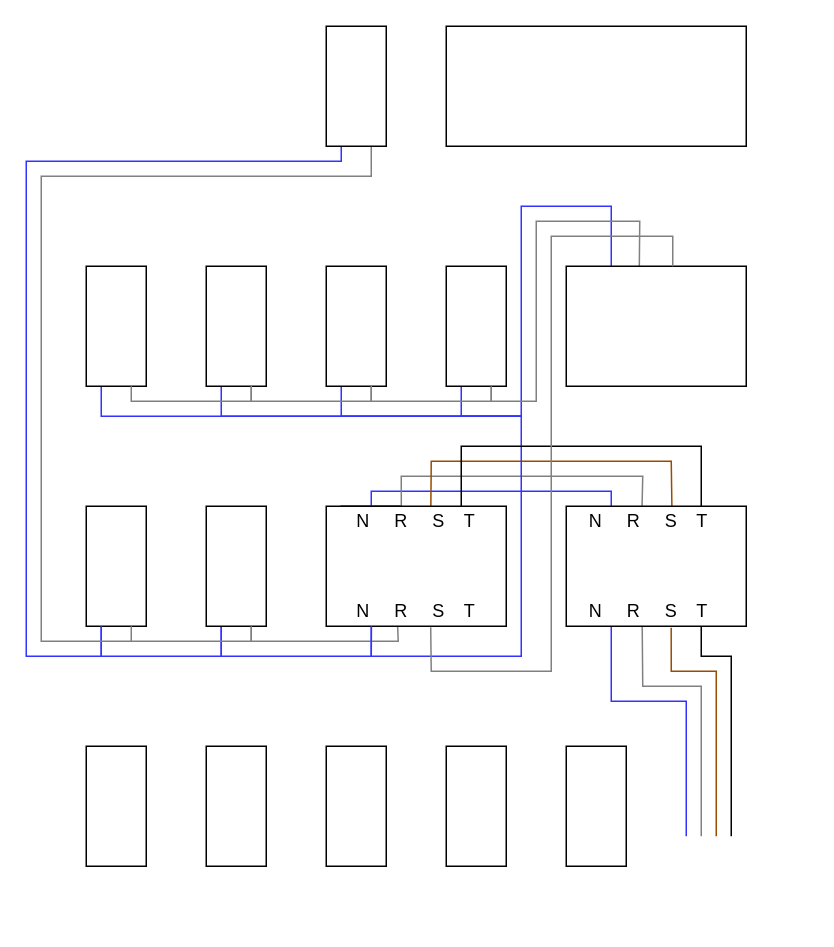
This is cuadro/cuadro.drawio from crguez/diagrams, a draw.io file, before an edit. Source tidied: cells renumbered, new cells numbered last; positions are measured from the earlier drawing's top-left corner, leaving out a move shared by most shapes. Both pictures are drawn from the tidied source at 150%, with x=0, y=0 at pixel (26, 26).
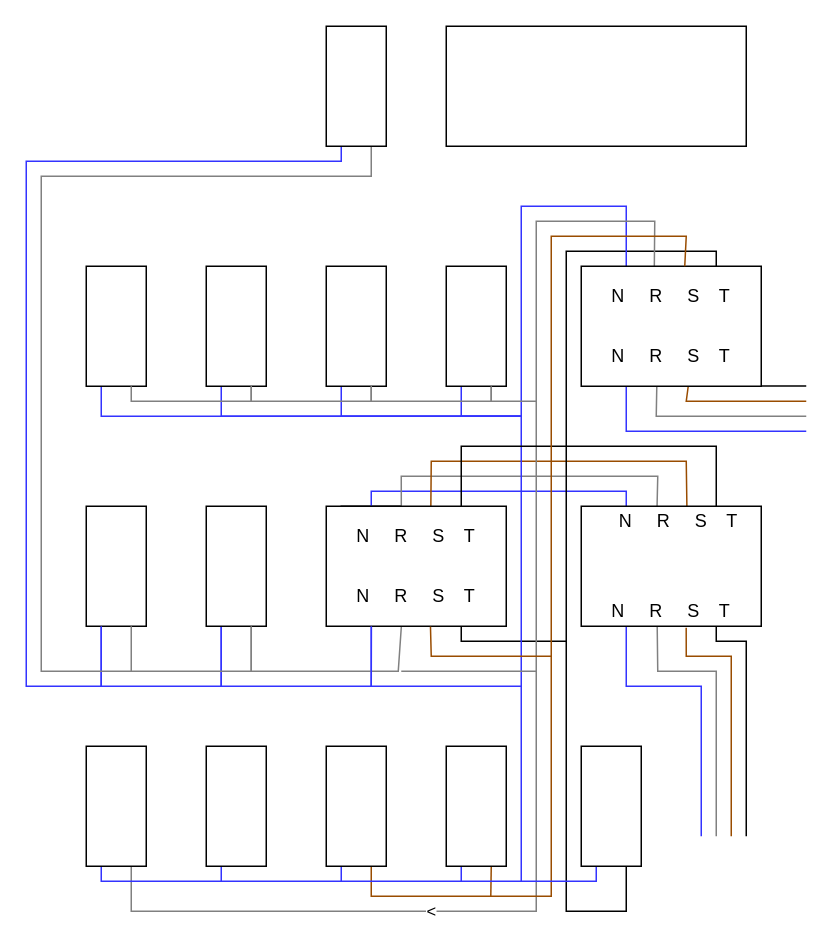
The same diagram, later.

Unchanged cells that the change refers to:
```xml
<mxCell id="14" style="whiteSpace=wrap;html=1;" parent="1" vertex="1">
  <mxGeometry x="40" y="320" width="40" height="80" as="geometry" />
</mxCell>
<mxCell id="17" style="whiteSpace=wrap;html=1;" parent="1" vertex="1">
  <mxGeometry x="120" y="320" width="40" height="80" as="geometry" />
</mxCell>
<mxCell id="23" style="whiteSpace=wrap;html=1;" parent="1" vertex="1">
  <mxGeometry x="200" y="320" width="120" height="80" as="geometry" />
</mxCell>
<mxCell id="33" style="whiteSpace=wrap;html=1;" parent="1" vertex="1">
  <mxGeometry x="40" y="480" width="40" height="80" as="geometry" />
</mxCell>
<mxCell id="34" style="whiteSpace=wrap;html=1;" parent="1" vertex="1">
  <mxGeometry x="120" y="480" width="40" height="80" as="geometry" />
</mxCell>
<mxCell id="35" style="whiteSpace=wrap;html=1;" parent="1" vertex="1">
  <mxGeometry x="200" y="480" width="40" height="80" as="geometry" />
</mxCell>
<mxCell id="36" style="whiteSpace=wrap;html=1;" parent="1" vertex="1">
  <mxGeometry x="280" y="480" width="40" height="80" as="geometry" />
</mxCell>
<mxCell id="40" style="whiteSpace=wrap;html=1;" parent="1" vertex="1">
  <mxGeometry x="200" width="40" height="80" as="geometry" />
</mxCell>
```

Diff of the diagram source:
```diff
@@
     <mxCell id="13" style="edgeStyle=none;rounded=0;jettySize=auto;html=1;exitX=0.25;exitY=1;exitDx=0;exitDy=0;entryX=0.25;entryY=1;entryDx=0;entryDy=0;endArrow=none;endFill=0;strokeColor=#3333FF;" parent="1" edge="1" source="14" target="17">
       <mxGeometry relative="1" as="geometry">
         <Array as="points">
-          <mxPoint x="50" y="420" />
-          <mxPoint x="130" y="420" />
+          <mxPoint x="50" y="440" />
+          <mxPoint x="130" y="440" />
         </Array>
       </mxGeometry>
     </mxCell>
@@
     <mxCell id="15" style="edgeStyle=none;rounded=0;jettySize=auto;html=1;exitX=0.25;exitY=1;exitDx=0;exitDy=0;entryX=0.168;entryY=0.983;entryDx=0;entryDy=0;entryPerimeter=0;endArrow=none;endFill=0;strokeColor=#3333FF;" parent="1" edge="1" source="17" target="44">
       <mxGeometry relative="1" as="geometry">
         <Array as="points">
-          <mxPoint x="130" y="420" />
-          <mxPoint x="230" y="420" />
+          <mxPoint x="130" y="440" />
+          <mxPoint x="230" y="440" />
         </Array>
       </mxGeometry>
     </mxCell>
     <mxCell id="16" style="edgeStyle=none;rounded=0;jettySize=auto;html=1;exitX=0.75;exitY=1;exitDx=0;exitDy=0;endArrow=none;endFill=0;strokeColor=#808080;" parent="1" edge="1" source="17">
       <mxGeometry relative="1" as="geometry">
-        <mxPoint x="70" y="410" as="targetPoint" />
+        <mxPoint x="70" y="430" as="targetPoint" />
         <Array as="points">
-          <mxPoint x="150" y="410" />
+          <mxPoint x="150" y="430" />
         </Array>
       </mxGeometry>
     </mxCell>
@@
-    <mxCell id="19" style="edgeStyle=none;rounded=0;jettySize=auto;html=1;exitX=0.362;exitY=1.013;exitDx=0;exitDy=0;entryX=0.75;entryY=1;entryDx=0;entryDy=0;endArrow=none;endFill=0;strokeColor=#808080;exitPerimeter=0;" parent="1" edge="1" source="44" target="17">
+    <mxCell id="19" style="edgeStyle=none;rounded=0;jettySize=auto;html=1;exitX=0.417;exitY=1.006;exitDx=0;exitDy=0;entryX=0.75;entryY=1;entryDx=0;entryDy=0;endArrow=none;endFill=0;strokeColor=#808080;exitPerimeter=0;" parent="1" edge="1" source="23" target="17">
       <mxGeometry relative="1" as="geometry">
         <Array as="points">
-          <mxPoint x="248" y="410" />
-          <mxPoint x="150" y="410" />
+          <mxPoint x="248" y="430" />
+          <mxPoint x="150" y="430" />
         </Array>
       </mxGeometry>
     </mxCell>
     <mxCell id="20" style="edgeStyle=none;rounded=0;jettySize=auto;html=1;exitX=0.25;exitY=0;exitDx=0;exitDy=0;endArrow=none;endFill=0;strokeColor=#3333FF;entryX=0.25;entryY=0;entryDx=0;entryDy=0;" parent="1" edge="1" source="23" target="32">
       <mxGeometry relative="1" as="geometry">
         <Array as="points">
           <mxPoint x="230" y="310" />
-          <mxPoint x="390" y="310" />
+          <mxPoint x="400" y="310" />
         </Array>
       </mxGeometry>
     </mxCell>
     <mxCell id="21" style="edgeStyle=none;rounded=0;jettySize=auto;html=1;exitX=0.417;exitY=-0.008;exitDx=0;exitDy=0;entryX=0.421;entryY=0.015;entryDx=0;entryDy=0;endArrow=none;endFill=0;exitPerimeter=0;strokeColor=#808080;entryPerimeter=0;" parent="1" edge="1" source="23" target="32">
       <mxGeometry relative="1" as="geometry">
         <Array as="points">
           <mxPoint x="250" y="300" />
-          <mxPoint x="411" y="300" />
+          <mxPoint x="421" y="300" />
         </Array>
       </mxGeometry>
     </mxCell>
     <mxCell id="22" style="edgeStyle=none;rounded=0;jettySize=auto;html=1;exitX=0.581;exitY=0.02;exitDx=0;exitDy=0;entryX=0.587;entryY=0.008;entryDx=0;entryDy=0;entryPerimeter=0;endArrow=none;endFill=0;exitPerimeter=0;strokeColor=#994C00;" parent="1" edge="1" source="23" target="32">
       <mxGeometry relative="1" as="geometry">
         <Array as="points">
           <mxPoint x="270" y="290" />
-          <mxPoint x="430" y="290" />
+          <mxPoint x="440" y="290" />
         </Array>
       </mxGeometry>
     </mxCell>
+    <mxCell id="47" style="edgeStyle=none;rounded=0;jettySize=auto;html=1;exitX=0.75;exitY=1;exitDx=0;exitDy=0;entryX=0.75;entryY=0;entryDx=0;entryDy=0;endArrow=none;endFill=0;" parent="1" edge="1" source="23" target="26">
+      <mxGeometry relative="1" as="geometry">
+        <Array as="points">
+          <mxPoint x="290" y="410" />
+          <mxPoint x="360" y="410" />
+          <mxPoint x="360" y="150" />
+          <mxPoint x="460" y="150" />
+        </Array>
+      </mxGeometry>
+    </mxCell>
@@
     <mxCell id="24" style="edgeStyle=none;rounded=0;jettySize=auto;html=1;entryX=0.25;entryY=1;entryDx=0;entryDy=0;endArrow=none;endFill=0;strokeColor=#3333FF;exitX=0.25;exitY=0;exitDx=0;exitDy=0;" parent="1" edge="1" source="26" target="23">
       <mxGeometry relative="1" as="geometry">
         <Array as="points">
-          <mxPoint x="390" y="120" />
+          <mxPoint x="400" y="120" />
           <mxPoint x="330" y="120" />
           <mxPoint x="330" y="250" />
-          <mxPoint x="330" y="420" />
-          <mxPoint x="230" y="420" />
+          <mxPoint x="330" y="440" />
+          <mxPoint x="230" y="440" />
         </Array>
       </mxGeometry>
     </mxCell>
     <mxCell id="25" style="edgeStyle=none;rounded=0;jettySize=auto;html=1;exitX=0.406;exitY=0;exitDx=0;exitDy=0;endArrow=none;endFill=0;strokeColor=#808080;exitPerimeter=0;" parent="1" edge="1" source="26">
       <mxGeometry relative="1" as="geometry">
         <mxPoint x="310" y="240" as="targetPoint" />
         <Array as="points">
-          <mxPoint x="409" y="130" />
+          <mxPoint x="419" y="130" />
           <mxPoint x="340" y="130" />
           <mxPoint x="340" y="250" />
           <mxPoint x="310" y="250" />
         </Array>
       </mxGeometry>
     </mxCell>
+    <mxCell id="48" style="edgeStyle=none;rounded=0;orthogonalLoop=1;jettySize=auto;html=1;endArrow=none;endFill=0;strokeColor=#808080;" parent="1" edge="1">
+      <mxGeometry relative="1" as="geometry">
+        <mxPoint x="340" y="250" as="sourcePoint" />
+        <mxPoint x="250" y="430" as="targetPoint" />
+        <Array as="points">
+          <mxPoint x="340" y="430" />
+        </Array>
+      </mxGeometry>
+    </mxCell>
+    <mxCell id="49" style="edgeStyle=none;rounded=0;jettySize=auto;html=1;exitX=0.25;exitY=1;exitDx=0;exitDy=0;endArrow=none;endFill=0;strokeColor=#3333FF;" parent="1" edge="1" source="26">
+      <mxGeometry relative="1" as="geometry">
+        <mxPoint x="520" y="270" as="targetPoint" />
+        <Array as="points">
+          <mxPoint x="400" y="270" />
+        </Array>
+      </mxGeometry>
+    </mxCell>
+    <mxCell id="50" style="edgeStyle=none;rounded=0;jettySize=auto;html=1;exitX=0.42;exitY=0.974;exitDx=0;exitDy=0;endArrow=none;endFill=0;exitPerimeter=0;strokeColor=#808080;" parent="1" edge="1" source="26">
+      <mxGeometry relative="1" as="geometry">
+        <mxPoint x="520" y="260" as="targetPoint" />
+        <Array as="points">
+          <mxPoint x="420" y="260" />
+        </Array>
+      </mxGeometry>
+    </mxCell>
+    <mxCell id="51" style="edgeStyle=none;rounded=0;jettySize=auto;html=1;exitX=0.594;exitY=1.004;exitDx=0;exitDy=0;endArrow=none;endFill=0;exitPerimeter=0;strokeColor=#994C00;" parent="1" edge="1" source="26">
+      <mxGeometry relative="1" as="geometry">
+        <mxPoint x="520" y="250" as="targetPoint" />
+        <Array as="points">
+          <mxPoint x="440" y="250" />
+        </Array>
+      </mxGeometry>
+    </mxCell>
+    <mxCell id="52" style="edgeStyle=none;rounded=0;jettySize=auto;html=1;exitX=1;exitY=1;exitDx=0;exitDy=0;endArrow=none;endFill=0;strokeColor=#000000;" parent="1" edge="1" source="26">
+      <mxGeometry relative="1" as="geometry">
+        <mxPoint x="520" y="239.8" as="targetPoint" />
+        <Array as="points">
+          <mxPoint x="460" y="240" />
+        </Array>
+      </mxGeometry>
+    </mxCell>
     <mxCell id="26" style="whiteSpace=wrap;html=1;" parent="1" vertex="1">
-      <mxGeometry x="360" y="160" width="120" height="80" as="geometry" />
+      <mxGeometry x="370" y="160" width="120" height="80" as="geometry" />
     </mxCell>
     <mxCell id="27" style="edgeStyle=none;rounded=0;jettySize=auto;html=1;exitX=0.75;exitY=0;exitDx=0;exitDy=0;endArrow=none;endFill=0;entryX=0.75;entryY=0;entryDx=0;entryDy=0;" parent="1" edge="1" source="32" target="23">
       <mxGeometry relative="1" as="geometry">
         <Array as="points">
-          <mxPoint x="450" y="280" />
+          <mxPoint x="460" y="280" />
           <mxPoint x="290" y="280" />
         </Array>
       </mxGeometry>
     </mxCell>
     <mxCell id="28" style="edgeStyle=none;rounded=0;jettySize=auto;html=1;exitX=0.75;exitY=1;exitDx=0;exitDy=0;endArrow=none;endFill=0;strokeColor=#000000;" parent="1" edge="1" source="32">
       <mxGeometry relative="1" as="geometry">
-        <mxPoint x="470" y="540" as="targetPoint" />
+        <mxPoint x="480" y="540" as="targetPoint" />
         <Array as="points">
-          <mxPoint x="450" y="420" />
-          <mxPoint x="470" y="420" />
+          <mxPoint x="460" y="410" />
+          <mxPoint x="480" y="410" />
         </Array>
       </mxGeometry>
     </mxCell>
     <mxCell id="29" style="edgeStyle=none;rounded=0;jettySize=auto;html=1;exitX=0.583;exitY=1.013;exitDx=0;exitDy=0;endArrow=none;endFill=0;exitPerimeter=0;strokeColor=#994C00;" parent="1" edge="1" source="32">
       <mxGeometry relative="1" as="geometry">
-        <mxPoint x="460" y="540" as="targetPoint" />
+        <mxPoint x="470" y="540" as="targetPoint" />
         <Array as="points">
-          <mxPoint x="430" y="430" />
-          <mxPoint x="460" y="430" />
+          <mxPoint x="440" y="420" />
+          <mxPoint x="470" y="420" />
         </Array>
       </mxGeometry>
     </mxCell>
     <mxCell id="30" style="edgeStyle=none;rounded=0;jettySize=auto;html=1;exitX=0.422;exitY=1.004;exitDx=0;exitDy=0;endArrow=none;endFill=0;exitPerimeter=0;strokeColor=#808080;" parent="1" edge="1" source="32">
       <mxGeometry relative="1" as="geometry">
-        <mxPoint x="450" y="540" as="targetPoint" />
+        <mxPoint x="460" y="540" as="targetPoint" />
         <Array as="points">
-          <mxPoint x="411" y="440" />
-          <mxPoint x="450" y="440" />
+          <mxPoint x="421" y="430" />
+          <mxPoint x="460" y="430" />
         </Array>
       </mxGeometry>
     </mxCell>
     <mxCell id="31" style="edgeStyle=none;rounded=0;jettySize=auto;html=1;exitX=0.25;exitY=1;exitDx=0;exitDy=0;endArrow=none;endFill=0;strokeColor=#3333FF;" parent="1" edge="1" source="32">
       <mxGeometry relative="1" as="geometry">
-        <mxPoint x="440" y="540" as="targetPoint" />
+        <mxPoint x="450" y="540" as="targetPoint" />
         <Array as="points">
-          <mxPoint x="390" y="450" />
-          <mxPoint x="440" y="450" />
+          <mxPoint x="400" y="440" />
+          <mxPoint x="450" y="440" />
         </Array>
       </mxGeometry>
     </mxCell>
     <mxCell id="32" style="whiteSpace=wrap;html=1;" parent="1" vertex="1">
-      <mxGeometry x="360" y="320" width="120" height="80" as="geometry" />
+      <mxGeometry x="370" y="320" width="120" height="80" as="geometry" />
     </mxCell>
+    <mxCell id="53" value="&amp;lt;" style="edgeStyle=none;rounded=0;jettySize=auto;html=1;exitX=0.75;exitY=1;exitDx=0;exitDy=0;endArrow=none;endFill=0;strokeColor=#808080;" parent="1" edge="1" source="33">
+      <mxGeometry relative="1" as="geometry">
+        <mxPoint x="340" y="430" as="targetPoint" />
+        <Array as="points">
+          <mxPoint x="70" y="590" />
+          <mxPoint x="340" y="590" />
+        </Array>
+      </mxGeometry>
+    </mxCell>
+    <mxCell id="54" style="edgeStyle=none;rounded=0;jettySize=auto;html=1;exitX=0.25;exitY=1;exitDx=0;exitDy=0;endArrow=none;endFill=0;strokeColor=#3333FF;" parent="1" edge="1" source="33">
+      <mxGeometry relative="1" as="geometry">
+        <mxPoint x="130" y="570" as="targetPoint" />
+        <Array as="points">
+          <mxPoint x="50" y="570" />
+        </Array>
+      </mxGeometry>
+    </mxCell>
@@
+    <mxCell id="55" style="edgeStyle=none;rounded=0;jettySize=auto;html=1;exitX=0.25;exitY=1;exitDx=0;exitDy=0;endArrow=none;endFill=0;strokeColor=#3333FF;" parent="1" edge="1" source="34">
+      <mxGeometry relative="1" as="geometry">
+        <mxPoint x="210" y="570" as="targetPoint" />
+        <Array as="points">
+          <mxPoint x="130" y="570" />
+        </Array>
+      </mxGeometry>
+    </mxCell>
@@
+    <mxCell id="56" style="edgeStyle=none;rounded=0;jettySize=auto;html=1;exitX=0.75;exitY=1;exitDx=0;exitDy=0;endArrow=none;endFill=0;strokeColor=#994C00;" parent="1" edge="1" source="35">
+      <mxGeometry relative="1" as="geometry">
+        <mxPoint x="350" y="420" as="targetPoint" />
+        <Array as="points">
+          <mxPoint x="230" y="580" />
+          <mxPoint x="350" y="580" />
+        </Array>
+      </mxGeometry>
+    </mxCell>
+    <mxCell id="57" style="edgeStyle=none;rounded=0;jettySize=auto;html=1;exitX=0.25;exitY=1;exitDx=0;exitDy=0;endArrow=none;endFill=0;strokeColor=#3333FF;" parent="1" edge="1" source="35">
+      <mxGeometry relative="1" as="geometry">
+        <mxPoint x="290" y="570" as="targetPoint" />
+        <Array as="points">
+          <mxPoint x="210" y="570" />
+        </Array>
+      </mxGeometry>
+    </mxCell>
@@
+    <mxCell id="58" style="edgeStyle=none;rounded=0;jettySize=auto;html=1;exitX=0.75;exitY=1;exitDx=0;exitDy=0;endArrow=none;endFill=0;strokeColor=#994C00;" parent="1" edge="1" source="36">
+      <mxGeometry relative="1" as="geometry">
+        <mxPoint x="309.7" y="580" as="targetPoint" />
+      </mxGeometry>
+    </mxCell>
+    <mxCell id="59" style="edgeStyle=none;rounded=0;jettySize=auto;html=1;exitX=0.25;exitY=1;exitDx=0;exitDy=0;endArrow=none;endFill=0;strokeColor=#3333FF;" parent="1" edge="1" source="36">
+      <mxGeometry relative="1" as="geometry">
+        <mxPoint x="330" y="570" as="targetPoint" />
+        <Array as="points">
+          <mxPoint x="290" y="570" />
+        </Array>
+      </mxGeometry>
+    </mxCell>
@@
+    <mxCell id="60" style="edgeStyle=none;rounded=0;jettySize=auto;html=1;exitX=0.75;exitY=1;exitDx=0;exitDy=0;endArrow=none;endFill=0;" parent="1" edge="1" source="37">
+      <mxGeometry relative="1" as="geometry">
+        <mxPoint x="360" y="410" as="targetPoint" />
+        <Array as="points">
+          <mxPoint x="400" y="590" />
+          <mxPoint x="360" y="590" />
+        </Array>
+      </mxGeometry>
+    </mxCell>
+    <mxCell id="61" style="edgeStyle=none;rounded=0;jettySize=auto;html=1;exitX=0.25;exitY=1;exitDx=0;exitDy=0;endArrow=none;endFill=0;strokeColor=#3333FF;" parent="1" edge="1" source="37">
+      <mxGeometry relative="1" as="geometry">
+        <mxPoint x="330" y="440" as="targetPoint" />
+        <Array as="points">
+          <mxPoint x="380" y="570" />
+          <mxPoint x="330" y="570" />
+        </Array>
+      </mxGeometry>
+    </mxCell>
     <mxCell id="37" style="whiteSpace=wrap;html=1;" parent="1" vertex="1">
-      <mxGeometry x="360" y="480" width="40" height="80" as="geometry" />
+      <mxGeometry x="370" y="480" width="40" height="80" as="geometry" />
     </mxCell>
     <mxCell id="38" style="edgeStyle=none;rounded=0;jettySize=auto;html=1;exitX=0.25;exitY=1;exitDx=0;exitDy=0;endArrow=none;endFill=0;strokeColor=#3333FF;entryX=0.25;entryY=1;entryDx=0;entryDy=0;" parent="1" edge="1" source="40" target="14">
       <mxGeometry relative="1" as="geometry">
         <Array as="points">
           <mxPoint x="210" y="90" />
           <mxPoint y="90" />
-          <mxPoint y="420" />
-          <mxPoint x="50" y="420" />
+          <mxPoint y="440" />
+          <mxPoint x="50" y="440" />
         </Array>
       </mxGeometry>
     </mxCell>
     <mxCell id="39" style="edgeStyle=none;rounded=0;jettySize=auto;html=1;exitX=0.75;exitY=1;exitDx=0;exitDy=0;entryX=0.75;entryY=1;entryDx=0;entryDy=0;endArrow=none;endFill=0;strokeColor=#808080;" parent="1" edge="1" source="40" target="14">
       <mxGeometry relative="1" as="geometry">
         <Array as="points">
           <mxPoint x="230" y="100" />
           <mxPoint x="10" y="100" />
-          <mxPoint x="10" y="410" />
-          <mxPoint x="70" y="410" />
+          <mxPoint x="10" y="430" />
+          <mxPoint x="70" y="430" />
         </Array>
       </mxGeometry>
     </mxCell>
@@
     <mxCell id="42" value="N&amp;nbsp; &amp;nbsp; &amp;nbsp;R&amp;nbsp; &amp;nbsp; &amp;nbsp;S&amp;nbsp; &amp;nbsp; T" style="text;html=1;strokeColor=none;fillColor=none;align=center;verticalAlign=middle;whiteSpace=wrap;rounded=0;" parent="1" vertex="1">
-      <mxGeometry x="215" y="320" width="90" height="20" as="geometry" />
+      <mxGeometry x="215" y="330" width="90" height="20" as="geometry" />
     </mxCell>
-    <mxCell id="43" style="edgeStyle=none;rounded=0;jettySize=auto;html=1;exitX=0.607;exitY=1.033;exitDx=0;exitDy=0;endArrow=none;endFill=0;strokeColor=#808080;exitPerimeter=0;" parent="1" edge="1" source="44">
+    <mxCell id="43" style="edgeStyle=none;rounded=0;jettySize=auto;html=1;exitX=0.579;exitY=1.003;exitDx=0;exitDy=0;endArrow=none;endFill=0;exitPerimeter=0;strokeColor=#994C00;" parent="1" edge="1" source="23">
       <mxGeometry relative="1" as="geometry">
-        <mxPoint x="431" y="160" as="targetPoint" />
+        <mxPoint x="439" y="160" as="targetPoint" />
         <Array as="points">
-          <mxPoint x="270" y="430" />
-          <mxPoint x="350" y="430" />
+          <mxPoint x="270" y="420" />
+          <mxPoint x="350" y="420" />
           <mxPoint x="350" y="140" />
-          <mxPoint x="431" y="140" />
+          <mxPoint x="440" y="140" />
         </Array>
       </mxGeometry>
     </mxCell>
     <mxCell id="44" value="N&amp;nbsp; &amp;nbsp; &amp;nbsp;R&amp;nbsp; &amp;nbsp; &amp;nbsp;S&amp;nbsp; &amp;nbsp; T" style="text;html=1;strokeColor=none;fillColor=none;align=center;verticalAlign=middle;whiteSpace=wrap;rounded=0;" parent="1" vertex="1">
-      <mxGeometry x="215" y="380" width="90" height="20" as="geometry" />
+      <mxGeometry x="215" y="370" width="90" height="20" as="geometry" />
     </mxCell>
     <mxCell id="45" value="N&amp;nbsp; &amp;nbsp; &amp;nbsp;R&amp;nbsp; &amp;nbsp; &amp;nbsp;S&amp;nbsp; &amp;nbsp; T" style="text;html=1;strokeColor=none;fillColor=none;align=center;verticalAlign=middle;whiteSpace=wrap;rounded=0;" parent="1" vertex="1">
-      <mxGeometry x="370" y="320" width="90" height="20" as="geometry" />
+      <mxGeometry x="390" y="320" width="90" height="20" as="geometry" />
     </mxCell>
     <mxCell id="46" value="N&amp;nbsp; &amp;nbsp; &amp;nbsp;R&amp;nbsp; &amp;nbsp; &amp;nbsp;S&amp;nbsp; &amp;nbsp; T" style="text;html=1;strokeColor=none;fillColor=none;align=center;verticalAlign=middle;whiteSpace=wrap;rounded=0;" parent="1" vertex="1">
-      <mxGeometry x="370" y="380" width="90" height="20" as="geometry" />
+      <mxGeometry x="385" y="380" width="90" height="20" as="geometry" />
     </mxCell>
+    <mxCell id="62" value="N&amp;nbsp; &amp;nbsp; &amp;nbsp;R&amp;nbsp; &amp;nbsp; &amp;nbsp;S&amp;nbsp; &amp;nbsp; T" style="text;html=1;strokeColor=none;fillColor=none;align=center;verticalAlign=middle;whiteSpace=wrap;rounded=0;" parent="1" vertex="1">
+      <mxGeometry x="385" y="170" width="90" height="20" as="geometry" />
+    </mxCell>
+    <mxCell id="63" value="N&amp;nbsp; &amp;nbsp; &amp;nbsp;R&amp;nbsp; &amp;nbsp; &amp;nbsp;S&amp;nbsp; &amp;nbsp; T" style="text;html=1;strokeColor=none;fillColor=none;align=center;verticalAlign=middle;whiteSpace=wrap;rounded=0;" parent="1" vertex="1">
+      <mxGeometry x="385" y="210" width="90" height="20" as="geometry" />
+    </mxCell>
```
